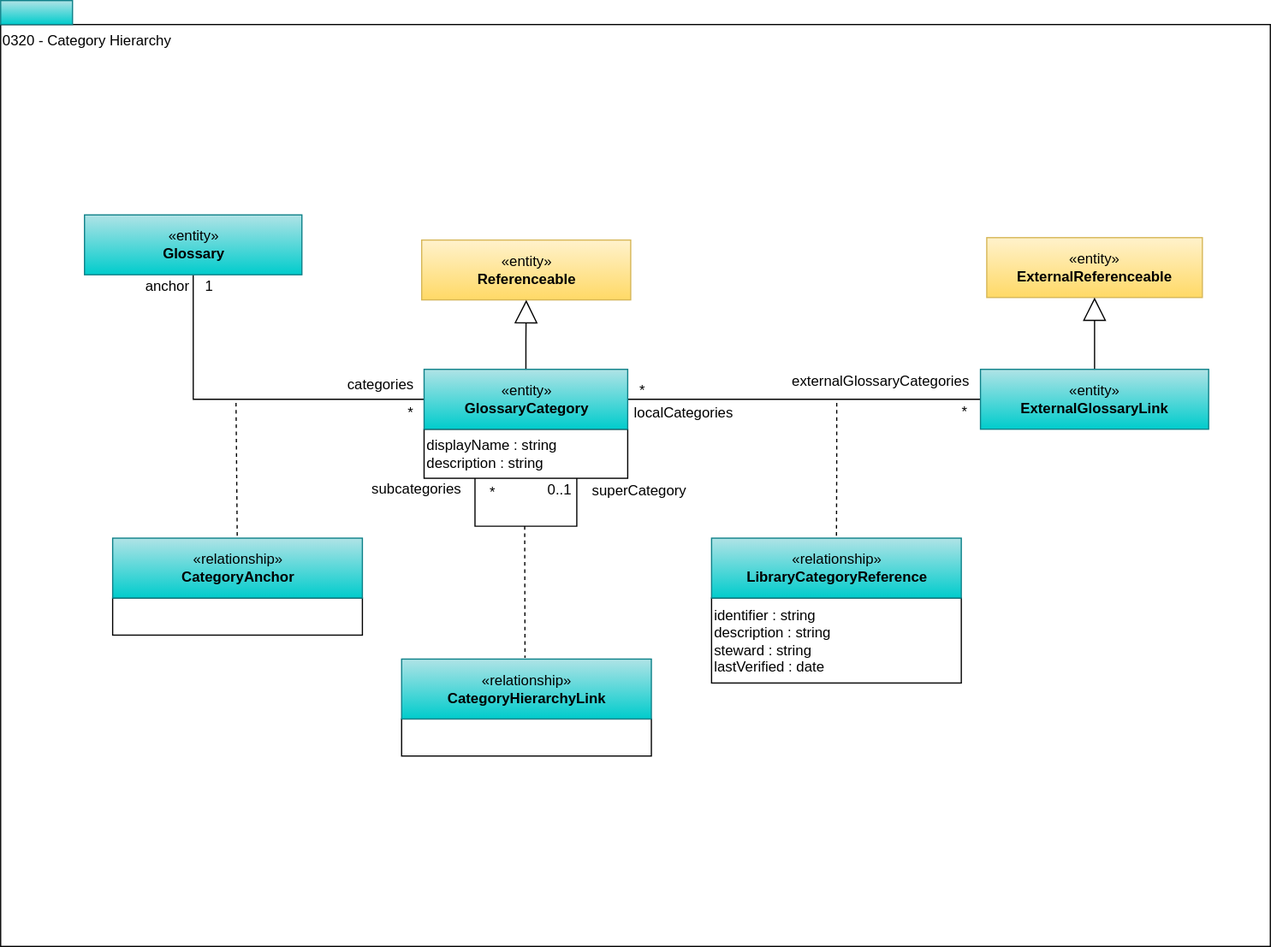
Before: site/docs/types/3/0320-Category-Hierarchy.svg, a diagram exported from draw.io (odpi/egeria-docs). Source tidied: cells renumbered, new cells last; positions are measured from the earlier drawing's top-left corner, leaving out a move shared by most shapes.
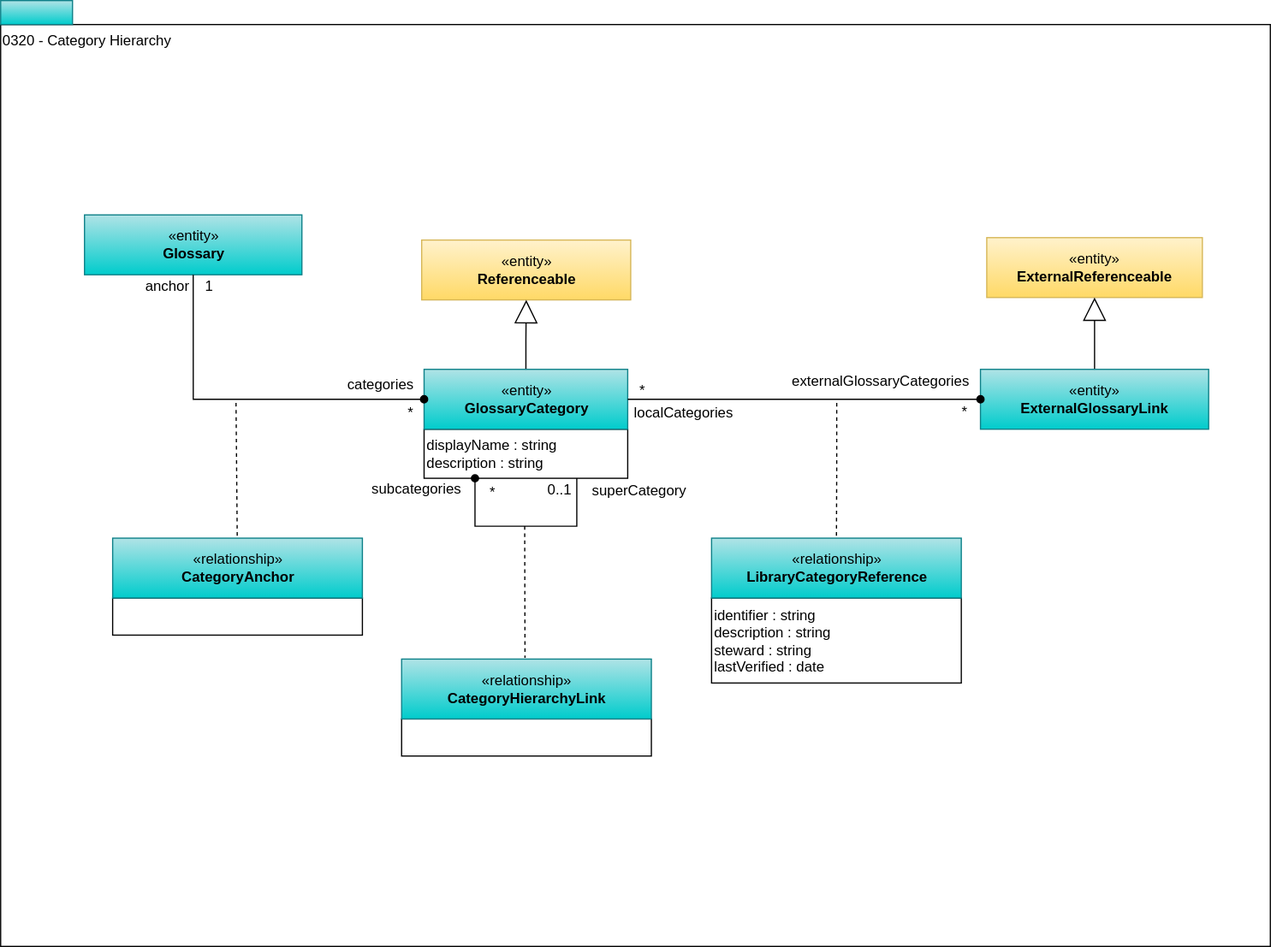
After the change.

What changed in the source:
```diff
@@ -5,122 +5,120 @@
     <mxCell id="2" value="0320 - Category Hierarchy" style="rounded=0;whiteSpace=wrap;html=1;align=left;verticalAlign=top;" parent="1" vertex="1">
       <mxGeometry y="20" width="1060" height="770" as="geometry" />
     </mxCell>
-    <mxCell id="3" style="edgeStyle=orthogonalEdgeStyle;rounded=0;jettySize=auto;html=1;exitX=0.5;exitY=1;exitDx=0;exitDy=0;endArrow=none;endFill=0;" parent="1" edge="1" source="21" target="15">
-      <mxGeometry relative="1" as="geometry">
-        <Array as="points">
-          <mxPoint x="160.5" y="333" />
-        </Array>
-      </mxGeometry>
+    <mxCell id="3" value="«entity»&lt;br&gt;&lt;b&gt;Referenceable&lt;/b&gt;" style="html=1;strokeColor=#d6b656;align=center;fillColor=#fff2cc;gradientColor=#ffd966;" parent="1" vertex="1">
+      <mxGeometry x="351.5" y="200" width="174.5" height="50" as="geometry" />
     </mxCell>
-    <mxCell id="4" value="«entity»&lt;br&gt;&lt;b&gt;Referenceable&lt;/b&gt;" style="html=1;strokeColor=#d6b656;align=center;fillColor=#fff2cc;gradientColor=#ffd966;" parent="1" vertex="1">
-      <mxGeometry x="351.5" y="200" width="174.5" height="50" as="geometry" />
+    <mxCell id="4" value="displayName : string&lt;br&gt;description : string" style="rounded=0;whiteSpace=wrap;html=1;strokeColor=#000000;gradientColor=#ffffff;align=left;" parent="1" vertex="1">
+      <mxGeometry x="353.5" y="358" width="170" height="41" as="geometry" />
     </mxCell>
-    <mxCell id="5" value="displayName : string&lt;br&gt;description : string" style="rounded=0;whiteSpace=wrap;html=1;strokeColor=#000000;gradientColor=#ffffff;align=left;" parent="1" vertex="1">
-      <mxGeometry x="353.5" y="358" width="170" height="41" as="geometry" />
+    <mxCell id="5" value="*" style="text;html=1;strokeColor=none;fillColor=none;align=center;verticalAlign=middle;whiteSpace=wrap;rounded=0;" parent="1" vertex="1">
+      <mxGeometry x="792" y="335" width="26" height="18" as="geometry" />
     </mxCell>
-    <mxCell id="6" style="edgeStyle=orthogonalEdgeStyle;rounded=0;html=1;exitX=1;exitY=0.5;entryX=0;entryY=0.5;jettySize=auto;endArrow=none;endFill=0;entryDx=0;entryDy=0;" parent="1" edge="1" target="19">
+    <mxCell id="6" style="endArrow=none;dashed=1;html=1;entryX=0.5;entryY=0;entryDx=0;entryDy=0;edgeStyle=orthogonalEdgeStyle;rounded=0;" parent="1" edge="1" target="18">
       <mxGeometry relative="1" as="geometry">
-        <mxPoint x="507" y="333" as="sourcePoint" />
+        <mxPoint x="698" y="336" as="sourcePoint" />
       </mxGeometry>
     </mxCell>
-    <mxCell id="7" value="*" style="text;html=1;strokeColor=none;fillColor=none;align=center;verticalAlign=middle;whiteSpace=wrap;rounded=0;" parent="1" vertex="1">
-      <mxGeometry x="792" y="335" width="26" height="18" as="geometry" />
+    <mxCell id="7" value="identifier : string&lt;br&gt;description : string&lt;br&gt;steward : string&lt;br&gt;lastVerified : date" style="rounded=0;whiteSpace=wrap;html=1;strokeColor=#000000;gradientColor=#ffffff;align=left;" parent="1" vertex="1">
+      <mxGeometry x="593.5" y="499" width="208.5" height="71" as="geometry" />
     </mxCell>
-    <mxCell id="8" style="endArrow=none;dashed=1;html=1;entryX=0.5;entryY=0;entryDx=0;entryDy=0;edgeStyle=orthogonalEdgeStyle;rounded=0;" parent="1" edge="1" target="20">
-      <mxGeometry relative="1" as="geometry">
-        <mxPoint x="698" y="336" as="sourcePoint" />
-      </mxGeometry>
+    <mxCell id="8" value="externalGlossaryCategories" style="text;html=1;strokeColor=none;fillColor=none;align=center;verticalAlign=middle;whiteSpace=wrap;rounded=0;" parent="1" vertex="1">
+      <mxGeometry x="666" y="308" width="137.5" height="20" as="geometry" />
     </mxCell>
-    <mxCell id="9" value="identifier : string&lt;br&gt;description : string&lt;br&gt;steward : string&lt;br&gt;lastVerified : date" style="rounded=0;whiteSpace=wrap;html=1;strokeColor=#000000;gradientColor=#ffffff;align=left;" parent="1" vertex="1">
-      <mxGeometry x="593.5" y="499" width="208.5" height="71" as="geometry" />
+    <mxCell id="9" value="localCategories" style="text;html=1;strokeColor=none;fillColor=none;align=center;verticalAlign=middle;whiteSpace=wrap;rounded=0;" parent="1" vertex="1">
+      <mxGeometry x="527" y="335" width="87" height="20" as="geometry" />
     </mxCell>
-    <mxCell id="10" value="externalGlossaryCategories" style="text;html=1;strokeColor=none;fillColor=none;align=center;verticalAlign=middle;whiteSpace=wrap;rounded=0;" parent="1" vertex="1">
-      <mxGeometry x="666" y="308" width="137.5" height="20" as="geometry" />
+    <mxCell id="10" value="*" style="text;html=1;strokeColor=none;fillColor=none;align=center;verticalAlign=middle;whiteSpace=wrap;rounded=0;" parent="1" vertex="1">
+      <mxGeometry x="523" y="317" width="26" height="18" as="geometry" />
     </mxCell>
-    <mxCell id="11" value="localCategories" style="text;html=1;strokeColor=none;fillColor=none;align=center;verticalAlign=middle;whiteSpace=wrap;rounded=0;" parent="1" vertex="1">
-      <mxGeometry x="527" y="335" width="87" height="20" as="geometry" />
+    <mxCell id="11" style="rounded=0;whiteSpace=wrap;html=1;align=left;fillColor=#b0e3e6;strokeColor=#0e8088;gradientColor=#00CCCC;" parent="1" vertex="1">
+      <mxGeometry width="60" height="20" as="geometry" />
     </mxCell>
-    <mxCell id="12" value="*" style="text;html=1;strokeColor=none;fillColor=none;align=center;verticalAlign=middle;whiteSpace=wrap;rounded=0;" parent="1" vertex="1">
-      <mxGeometry x="523" y="317" width="26" height="18" as="geometry" />
+    <mxCell id="12" style="edgeStyle=orthogonalEdgeStyle;rounded=0;jettySize=auto;html=1;exitX=0.5;exitY=0;exitDx=0;exitDy=0;endArrow=block;endFill=0;endSize=17;" parent="1" edge="1" source="13" target="3">
+      <mxGeometry relative="1" as="geometry" />
     </mxCell>
-    <mxCell id="13" style="rounded=0;whiteSpace=wrap;html=1;align=left;fillColor=#b0e3e6;strokeColor=#0e8088;gradientColor=#00CCCC;" parent="1" vertex="1">
-      <mxGeometry width="60" height="20" as="geometry" />
+    <mxCell id="13" value="«entity»&lt;br&gt;&lt;b&gt;GlossaryCategory&lt;/b&gt;" style="html=1;strokeColor=#0e8088;align=center;fillColor=#b0e3e6;gradientColor=#00CCCC;" parent="1" vertex="1">
+      <mxGeometry x="353.5" y="308" width="170" height="50" as="geometry" />
     </mxCell>
-    <mxCell id="14" style="edgeStyle=orthogonalEdgeStyle;rounded=0;jettySize=auto;html=1;exitX=0.5;exitY=0;exitDx=0;exitDy=0;endArrow=block;endFill=0;endSize=17;" parent="1" edge="1" source="15" target="4">
-      <mxGeometry relative="1" as="geometry" />
+    <mxCell id="14" style="edgeStyle=orthogonalEdgeStyle;rounded=0;orthogonalLoop=1;jettySize=auto;html=1;exitX=0.75;exitY=1;exitDx=0;exitDy=0;endArrow=oval;endFill=1;entryX=0.25;entryY=1;entryDx=0;entryDy=0;" parent="1" edge="1" source="4" target="4">
+      <mxGeometry relative="1" as="geometry">
+        <Array as="points">
+          <mxPoint x="481.5" y="439" />
+          <mxPoint x="396.5" y="439" />
+        </Array>
+      </mxGeometry>
     </mxCell>
-    <mxCell id="15" value="«entity»&lt;br&gt;&lt;b&gt;GlossaryCategory&lt;/b&gt;" style="html=1;strokeColor=#0e8088;align=center;fillColor=#b0e3e6;gradientColor=#00CCCC;" parent="1" vertex="1">
-      <mxGeometry x="353.5" y="308" width="170" height="50" as="geometry" />
+    <mxCell id="15" value="«entity»&lt;br&gt;&lt;b&gt;ExternalReferenceable&lt;/b&gt;" style="html=1;strokeColor=#d6b656;align=center;fillColor=#fff2cc;gradientColor=#ffd966;" parent="1" vertex="1">
+      <mxGeometry x="823.2" y="198" width="180" height="50" as="geometry" />
     </mxCell>
-    <mxCell id="16" style="edgeStyle=orthogonalEdgeStyle;rounded=0;orthogonalLoop=1;jettySize=auto;html=1;exitX=0.75;exitY=1;exitDx=0;exitDy=0;endArrow=none;endFill=0;entryX=0.25;entryY=1;entryDx=0;entryDy=0;" parent="1" edge="1" source="5" target="5">
-      <mxGeometry relative="1" as="geometry">
-        <Array as="points">
-          <mxPoint x="481.5" y="439" />
-          <mxPoint x="396.5" y="439" />
-        </Array>
-      </mxGeometry>
+    <mxCell id="16" style="edgeStyle=orthogonalEdgeStyle;rounded=0;jettySize=auto;html=1;exitX=0.5;exitY=0;exitDx=0;exitDy=0;endArrow=block;endFill=0;endSize=17;" parent="1" edge="1" source="17" target="15">
+      <mxGeometry relative="1" as="geometry" />
     </mxCell>
-    <mxCell id="17" value="«entity»&lt;br&gt;&lt;b&gt;ExternalReferenceable&lt;/b&gt;" style="html=1;strokeColor=#d6b656;align=center;fillColor=#fff2cc;gradientColor=#ffd966;" parent="1" vertex="1">
-      <mxGeometry x="823.2" y="198" width="180" height="50" as="geometry" />
+    <mxCell id="17" value="«entity»&lt;br&gt;&lt;b&gt;ExternalGlossaryLink&lt;/b&gt;" style="html=1;strokeColor=#0e8088;align=center;fillColor=#b0e3e6;gradientColor=#00CCCC;" parent="1" vertex="1">
+      <mxGeometry x="818" y="308" width="190.5" height="50" as="geometry" />
     </mxCell>
-    <mxCell id="18" style="edgeStyle=orthogonalEdgeStyle;rounded=0;jettySize=auto;html=1;exitX=0.5;exitY=0;exitDx=0;exitDy=0;endArrow=block;endFill=0;endSize=17;" parent="1" edge="1" source="19" target="17">
-      <mxGeometry relative="1" as="geometry" />
+    <mxCell id="18" value="«relationship»&lt;br&gt;&lt;b&gt;LibraryCategoryReference&lt;/b&gt;" style="html=1;strokeColor=#0e8088;align=center;fillColor=#b0e3e6;gradientColor=#00CCCC;" parent="1" vertex="1">
+      <mxGeometry x="593.5" y="449" width="208.5" height="50" as="geometry" />
     </mxCell>
-    <mxCell id="19" value="«entity»&lt;br&gt;&lt;b&gt;ExternalGlossaryLink&lt;/b&gt;" style="html=1;strokeColor=#0e8088;align=center;fillColor=#b0e3e6;gradientColor=#00CCCC;" parent="1" vertex="1">
-      <mxGeometry x="818" y="308" width="190.5" height="50" as="geometry" />
+    <mxCell id="19" value="«entity»&lt;br&gt;&lt;b&gt;Glossary&lt;/b&gt;" style="html=1;strokeColor=#0e8088;align=center;fillColor=#b0e3e6;gradientColor=#00CCCC;" parent="1" vertex="1">
+      <mxGeometry x="70" y="179" width="181.5" height="50" as="geometry" />
     </mxCell>
-    <mxCell id="20" value="«relationship»&lt;br&gt;&lt;b&gt;LibraryCategoryReference&lt;/b&gt;" style="html=1;strokeColor=#0e8088;align=center;fillColor=#b0e3e6;gradientColor=#00CCCC;" parent="1" vertex="1">
-      <mxGeometry x="593.5" y="449" width="208.5" height="50" as="geometry" />
+    <mxCell id="20" style="endArrow=none;dashed=1;html=1;" parent="1" edge="1" target="22">
+      <mxGeometry relative="1" as="geometry">
+        <mxPoint x="196.5" y="336" as="sourcePoint" />
+      </mxGeometry>
     </mxCell>
-    <mxCell id="21" value="«entity»&lt;br&gt;&lt;b&gt;Glossary&lt;/b&gt;" style="html=1;strokeColor=#0e8088;align=center;fillColor=#b0e3e6;gradientColor=#00CCCC;" parent="1" vertex="1">
-      <mxGeometry x="70" y="179" width="181.5" height="50" as="geometry" />
+    <mxCell id="21" style="rounded=0;whiteSpace=wrap;html=1;strokeColor=#000000;gradientColor=#ffffff;align=left;" parent="1" vertex="1">
+      <mxGeometry x="93.5" y="499" width="208.5" height="31" as="geometry" />
     </mxCell>
-    <mxCell id="22" style="endArrow=none;dashed=1;html=1;" parent="1" edge="1" target="24">
-      <mxGeometry relative="1" as="geometry">
-        <mxPoint x="196.5" y="336" as="sourcePoint" />
-      </mxGeometry>
+    <mxCell id="22" value="«relationship»&lt;br&gt;&lt;b&gt;CategoryAnchor&lt;/b&gt;" style="html=1;strokeColor=#0e8088;align=center;fillColor=#b0e3e6;gradientColor=#00CCCC;" parent="1" vertex="1">
+      <mxGeometry x="93.5" y="449" width="208.5" height="50" as="geometry" />
     </mxCell>
-    <mxCell id="23" style="rounded=0;whiteSpace=wrap;html=1;strokeColor=#000000;gradientColor=#ffffff;align=left;" parent="1" vertex="1">
-      <mxGeometry x="93.5" y="499" width="208.5" height="31" as="geometry" />
+    <mxCell id="23" style="endArrow=none;dashed=1;html=1;" parent="1" edge="1">
+      <mxGeometry relative="1" as="geometry">
+        <mxPoint x="437.5" y="439" as="sourcePoint" />
+        <mxPoint x="437.8" y="549" as="targetPoint" />
+      </mxGeometry>
     </mxCell>
-    <mxCell id="24" value="«relationship»&lt;br&gt;&lt;b&gt;CategoryAnchor&lt;/b&gt;" style="html=1;strokeColor=#0e8088;align=center;fillColor=#b0e3e6;gradientColor=#00CCCC;" parent="1" vertex="1">
-      <mxGeometry x="93.5" y="449" width="208.5" height="50" as="geometry" />
+    <mxCell id="24" style="rounded=0;whiteSpace=wrap;html=1;strokeColor=#000000;gradientColor=#ffffff;align=left;" parent="1" vertex="1">
+      <mxGeometry x="334.8" y="600" width="208.5" height="31" as="geometry" />
     </mxCell>
-    <mxCell id="25" style="endArrow=none;dashed=1;html=1;" parent="1" edge="1">
-      <mxGeometry relative="1" as="geometry">
-        <mxPoint x="437.5" y="439" as="sourcePoint" />
-        <mxPoint x="437.8" y="549" as="targetPoint" />
-      </mxGeometry>
+    <mxCell id="25" value="«relationship»&lt;br&gt;&lt;b&gt;CategoryHierarchyLink&lt;/b&gt;" style="html=1;strokeColor=#0e8088;align=center;fillColor=#b0e3e6;gradientColor=#00CCCC;" parent="1" vertex="1">
+      <mxGeometry x="334.8" y="550" width="208.5" height="50" as="geometry" />
     </mxCell>
-    <mxCell id="26" style="rounded=0;whiteSpace=wrap;html=1;strokeColor=#000000;gradientColor=#ffffff;align=left;" parent="1" vertex="1">
-      <mxGeometry x="334.8" y="600" width="208.5" height="31" as="geometry" />
+    <mxCell id="26" value="*" style="text;html=1;strokeColor=none;fillColor=none;align=center;verticalAlign=middle;whiteSpace=wrap;rounded=0;" parent="1" vertex="1">
+      <mxGeometry x="397.5" y="402" width="26" height="18" as="geometry" />
     </mxCell>
-    <mxCell id="27" value="«relationship»&lt;br&gt;&lt;b&gt;CategoryHierarchyLink&lt;/b&gt;" style="html=1;strokeColor=#0e8088;align=center;fillColor=#b0e3e6;gradientColor=#00CCCC;" parent="1" vertex="1">
-      <mxGeometry x="334.8" y="550" width="208.5" height="50" as="geometry" />
+    <mxCell id="27" value="0..1" style="text;html=1;strokeColor=none;fillColor=none;align=center;verticalAlign=middle;whiteSpace=wrap;rounded=0;" parent="1" vertex="1">
+      <mxGeometry x="453.5" y="400" width="26" height="18" as="geometry" />
     </mxCell>
-    <mxCell id="28" value="*" style="text;html=1;strokeColor=none;fillColor=none;align=center;verticalAlign=middle;whiteSpace=wrap;rounded=0;" parent="1" vertex="1">
-      <mxGeometry x="397.5" y="402" width="26" height="18" as="geometry" />
+    <mxCell id="28" value="superCategory" style="text;html=1;strokeColor=none;fillColor=none;align=center;verticalAlign=middle;whiteSpace=wrap;rounded=0;" parent="1" vertex="1">
+      <mxGeometry x="490" y="400" width="87" height="20" as="geometry" />
     </mxCell>
-    <mxCell id="29" value="0..1" style="text;html=1;strokeColor=none;fillColor=none;align=center;verticalAlign=middle;whiteSpace=wrap;rounded=0;" parent="1" vertex="1">
-      <mxGeometry x="453.5" y="400" width="26" height="18" as="geometry" />
+    <mxCell id="29" value="anchor" style="text;html=1;align=center;verticalAlign=middle;" parent="1" vertex="1">
+      <mxGeometry x="113.5" y="229" width="50" height="20" as="geometry" />
     </mxCell>
-    <mxCell id="30" value="superCategory" style="text;html=1;strokeColor=none;fillColor=none;align=center;verticalAlign=middle;whiteSpace=wrap;rounded=0;" parent="1" vertex="1">
-      <mxGeometry x="490" y="400" width="87" height="20" as="geometry" />
+    <mxCell id="30" value="categories" style="text;html=1;align=center;verticalAlign=middle;" parent="1" vertex="1">
+      <mxGeometry x="281.5" y="311" width="70" height="20" as="geometry" />
     </mxCell>
-    <mxCell id="31" value="anchor" style="text;html=1;align=center;verticalAlign=middle;" parent="1" vertex="1">
-      <mxGeometry x="113.5" y="229" width="50" height="20" as="geometry" />
+    <mxCell id="31" value="*" style="text;html=1;align=center;verticalAlign=middle;" parent="1" vertex="1">
+      <mxGeometry x="331.5" y="335" width="20" height="20" as="geometry" />
     </mxCell>
-    <mxCell id="32" value="categories" style="text;html=1;align=center;verticalAlign=middle;" parent="1" vertex="1">
-      <mxGeometry x="281.5" y="311" width="70" height="20" as="geometry" />
+    <mxCell id="32" value="1" style="text;html=1;align=center;verticalAlign=middle;" parent="1" vertex="1">
+      <mxGeometry x="163.5" y="229" width="20" height="20" as="geometry" />
     </mxCell>
-    <mxCell id="33" value="*" style="text;html=1;align=center;verticalAlign=middle;" parent="1" vertex="1">
-      <mxGeometry x="331.5" y="335" width="20" height="20" as="geometry" />
+    <mxCell id="33" value="subcategories" style="text;html=1;align=center;verticalAlign=middle;" parent="1" vertex="1">
+      <mxGeometry x="302" y="398" width="90" height="20" as="geometry" />
     </mxCell>
-    <mxCell id="34" value="1" style="text;html=1;align=center;verticalAlign=middle;" parent="1" vertex="1">
-      <mxGeometry x="163.5" y="229" width="20" height="20" as="geometry" />
+    <mxCell id="34" style="edgeStyle=orthogonalEdgeStyle;rounded=0;jettySize=auto;html=1;exitX=0.5;exitY=1;exitDx=0;exitDy=0;endArrow=oval;endFill=1;" parent="1" edge="1" source="19" target="13">
+      <mxGeometry relative="1" as="geometry">
+        <Array as="points">
+          <mxPoint x="160.5" y="333" />
+        </Array>
+      </mxGeometry>
     </mxCell>
-    <mxCell id="35" value="subcategories" style="text;html=1;align=center;verticalAlign=middle;" parent="1" vertex="1">
-      <mxGeometry x="302" y="398" width="90" height="20" as="geometry" />
+    <mxCell id="35" style="edgeStyle=orthogonalEdgeStyle;rounded=0;html=1;exitX=1;exitY=0.5;entryX=0;entryY=0.5;jettySize=auto;endArrow=oval;endFill=1;entryDx=0;entryDy=0;exitDx=0;exitDy=0;" parent="1" edge="1" source="13" target="17">
+      <mxGeometry relative="1" as="geometry" />
     </mxCell>
   </root>
 </mxGraphModel>
```
